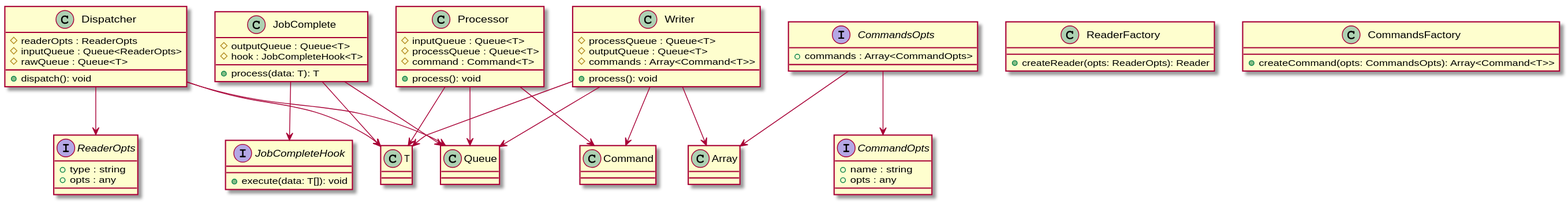
wmhafiz/data-pipeline-design-pattern keeps this PlantUML diagram as images/worker-class-diagram.svg. Above is the earlier version. Source of this version:
```plantuml
@startuml
interface ReaderOpts{
  +type : string
  +opts : any
}

class ReaderFactory{
  +createReader(opts: ReaderOpts): Reader
}

class Dispatcher{
  #readerOpts : ReaderOpts
  #inputQueue : Queue<ReaderOpts>
  #rawQueue : Queue<T>
  +dispatch(): void
}

interface CommandsOpts{
  +commands : Array<CommandOpts>
}

interface CommandOpts{
  +name : string
  +opts : any
}

class CommandsFactory{
  +createCommand(opts: CommandsOpts): Array<Command<T>>
}

class Processor{
  #inputQueue : Queue<T>
  #processQueue : Queue<T>
  #command : Command<T>
  +process(): void
}

class Writer{
  #processQueue : Queue<T>
  #outputQueue : Queue<T>
  #commands : Array<Command<T>>
  +process(): void
}

interface JobCompleteHook{
  +execute(data: T[]): void
}

class JobComplete{
  #outputQueue : Queue<T>
  #hook : JobCompleteHook<T>
  +process(data: T): T
}

Dispatcher --> ReaderOpts
Dispatcher --> Queue
Dispatcher --> T
CommandsOpts --> Array
CommandsOpts --> CommandOpts
Processor --> Queue
Processor --> T
Processor --> Command
Writer --> Queue
Writer --> T
Writer --> Array
Writer --> Command
JobComplete --> Queue
JobComplete --> T
JobComplete --> JobCompleteHook
@enduml
```
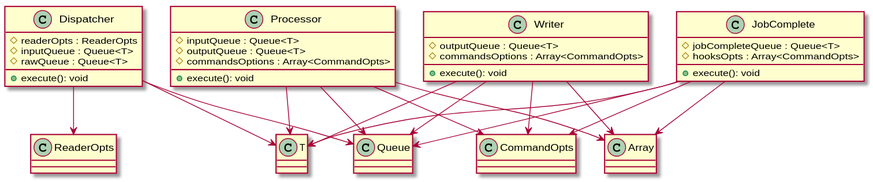
After the change.

What changed in the source:
```diff
@@ -1,70 +1,43 @@
 @startuml
-interface ReaderOpts{
-  +type : string
-  +opts : any
-}
-
-class ReaderFactory{
-  +createReader(opts: ReaderOpts): Reader
-}
-
 class Dispatcher{
   #readerOpts : ReaderOpts
-  #inputQueue : Queue<ReaderOpts>
+  #inputQueue : Queue<T>
   #rawQueue : Queue<T>
-  +dispatch(): void
-}
-
-interface CommandsOpts{
-  +commands : Array<CommandOpts>
-}
-
-interface CommandOpts{
-  +name : string
-  +opts : any
-}
-
-class CommandsFactory{
-  +createCommand(opts: CommandsOpts): Array<Command<T>>
+  +execute(): void
 }
 
 class Processor{
   #inputQueue : Queue<T>
-  #processQueue : Queue<T>
-  #command : Command<T>
-  +process(): void
+  #outputQueue : Queue<T>
+  #commandsOptions : Array<CommandOpts>
+  +execute(): void
 }
 
 class Writer{
-  #processQueue : Queue<T>
   #outputQueue : Queue<T>
-  #commands : Array<Command<T>>
-  +process(): void
-}
-
-interface JobCompleteHook{
-  +execute(data: T[]): void
+  #commandsOptions : Array<CommandOpts>
+  +execute(): void
 }
 
 class JobComplete{
-  #outputQueue : Queue<T>
-  #hook : JobCompleteHook<T>
-  +process(data: T): T
+  #jobCompleteQueue : Queue<T>
+  #hooksOpts : Array<CommandOpts>
+  +execute(): void
 }
 
 Dispatcher --> ReaderOpts
 Dispatcher --> Queue
 Dispatcher --> T
-CommandsOpts --> Array
-CommandsOpts --> CommandOpts
 Processor --> Queue
 Processor --> T
-Processor --> Command
+Processor --> Array
+Processor --> CommandOpts
 Writer --> Queue
 Writer --> T
 Writer --> Array
-Writer --> Command
+Writer --> CommandOpts
 JobComplete --> Queue
 JobComplete --> T
-JobComplete --> JobCompleteHook
+JobComplete --> Array
+JobComplete --> CommandOpts
 @enduml
```
